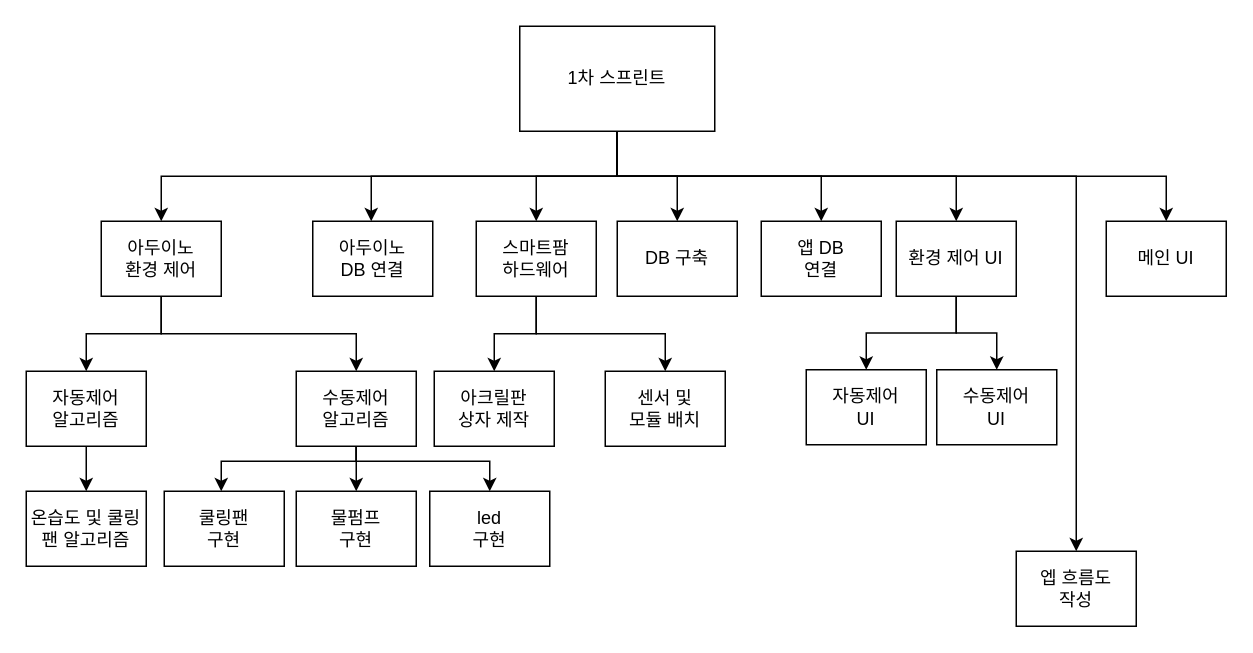
sonmyungwon/Software-Development keeps this draw.io diagram as 3주차/제목 없는 다이어그램.drawio. Above is the earlier version. Source tidied: cells renumbered, new cells numbered last; positions are measured from the earlier drawing's top-left corner, leaving out a move shared by most shapes. Both pictures are drawn from the tidied source at 150%, with x=0, y=0 at pixel (26, 26).
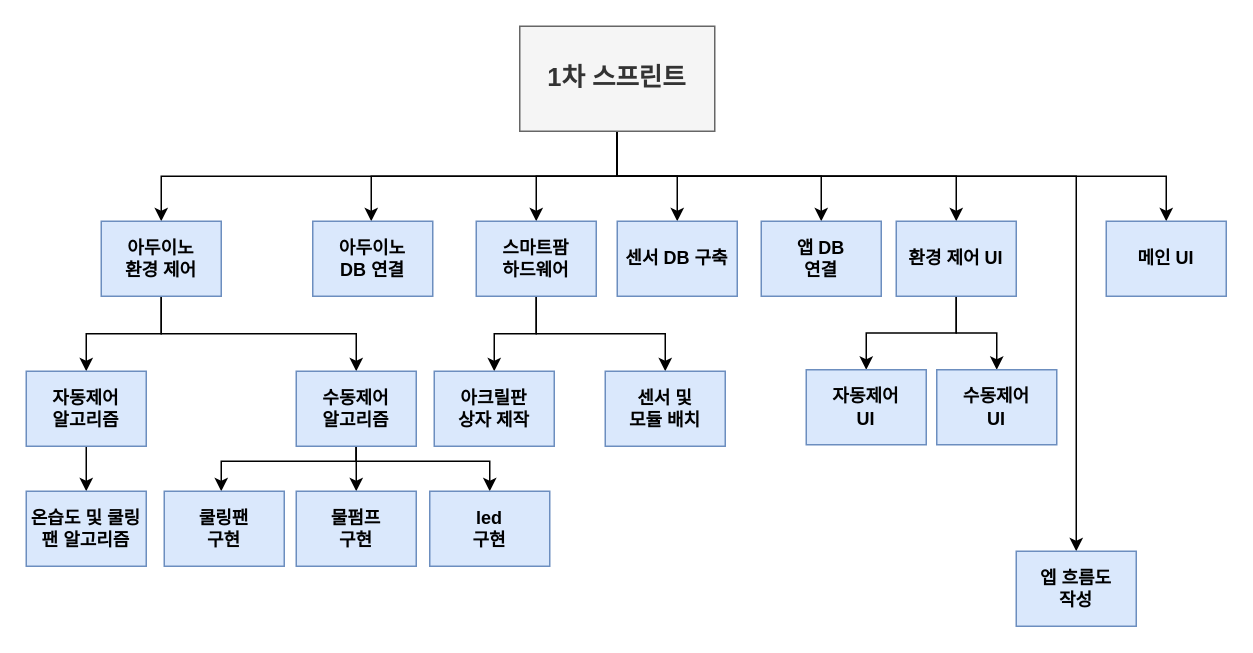
Above is the later version.

Commit message:
제목 없는 다이어그램.drawio 업데이트

Change to the diagram source:
```diff
@@
-    <mxCell id="10" value="1차 스프린트" style="rounded=0;whiteSpace=wrap;html=1;" parent="1" vertex="1">
+    <mxCell id="10" value="1차 스프린트" style="rounded=0;whiteSpace=wrap;html=1;fillColor=#f5f5f5;strokeColor=#666666;fontColor=#333333;fontStyle=1;fontSize=17;" parent="1" vertex="1">
       <mxGeometry x="329" width="130" height="70" as="geometry" />
     </mxCell>
@@
-    <mxCell id="13" value="아두이노&lt;br&gt;환경 제어" style="rounded=0;whiteSpace=wrap;html=1;" parent="1" vertex="1">
+    <mxCell id="13" value="아두이노&lt;br&gt;환경 제어" style="rounded=0;whiteSpace=wrap;html=1;fillColor=#dae8fc;strokeColor=#6c8ebf;fontStyle=1;" parent="1" vertex="1">
       <mxGeometry x="50" y="130" width="80" height="50" as="geometry" />
     </mxCell>
-    <mxCell id="14" value="아두이노&lt;br&gt;DB 연결" style="rounded=0;whiteSpace=wrap;html=1;" parent="1" vertex="1">
+    <mxCell id="14" value="아두이노&lt;br&gt;DB 연결" style="rounded=0;whiteSpace=wrap;html=1;fillColor=#dae8fc;strokeColor=#6c8ebf;fontStyle=1;" parent="1" vertex="1">
       <mxGeometry x="191" y="130" width="80" height="50" as="geometry" />
     </mxCell>
@@
-    <mxCell id="17" value="스마트팜&lt;br&gt;하드웨어" style="rounded=0;whiteSpace=wrap;html=1;" parent="1" vertex="1">
+    <mxCell id="17" value="스마트팜&lt;br&gt;하드웨어" style="rounded=0;whiteSpace=wrap;html=1;fillColor=#dae8fc;strokeColor=#6c8ebf;fontStyle=1;" parent="1" vertex="1">
       <mxGeometry x="300" y="130" width="80" height="50" as="geometry" />
     </mxCell>
@@
-    <mxCell id="20" value="환경 제어 UI" style="rounded=0;whiteSpace=wrap;html=1;" parent="1" vertex="1">
+    <mxCell id="20" value="환경 제어 UI" style="rounded=0;whiteSpace=wrap;html=1;fillColor=#dae8fc;strokeColor=#6c8ebf;fontStyle=1;" parent="1" vertex="1">
       <mxGeometry x="580" y="130" width="80" height="50" as="geometry" />
     </mxCell>
-    <mxCell id="21" value="메인 UI" style="rounded=0;whiteSpace=wrap;html=1;" parent="1" vertex="1">
+    <mxCell id="21" value="메인 UI" style="rounded=0;whiteSpace=wrap;html=1;fillColor=#dae8fc;strokeColor=#6c8ebf;fontStyle=1;" parent="1" vertex="1">
       <mxGeometry x="720" y="130" width="80" height="50" as="geometry" />
     </mxCell>
@@
-    <mxCell id="23" value="자동제어&lt;br&gt;알고리즘" style="rounded=0;whiteSpace=wrap;html=1;" parent="1" vertex="1">
+    <mxCell id="23" value="자동제어&lt;br&gt;알고리즘" style="rounded=0;whiteSpace=wrap;html=1;fillColor=#dae8fc;strokeColor=#6c8ebf;fontStyle=1;" parent="1" vertex="1">
       <mxGeometry y="230" width="80" height="50" as="geometry" />
     </mxCell>
@@
-    <mxCell id="27" value="수동제어&lt;br&gt;알고리즘" style="rounded=0;whiteSpace=wrap;html=1;" parent="1" vertex="1">
+    <mxCell id="27" value="수동제어&lt;br&gt;알고리즘" style="rounded=0;whiteSpace=wrap;html=1;fillColor=#dae8fc;strokeColor=#6c8ebf;fontStyle=1;" parent="1" vertex="1">
       <mxGeometry x="180" y="230" width="80" height="50" as="geometry" />
     </mxCell>
-    <mxCell id="28" value="온습도 및 쿨링팬 알고리즘" style="rounded=0;whiteSpace=wrap;html=1;" parent="1" vertex="1">
+    <mxCell id="28" value="온습도 및 쿨링팬 알고리즘" style="rounded=0;whiteSpace=wrap;html=1;fillColor=#dae8fc;strokeColor=#6c8ebf;fontStyle=1;" parent="1" vertex="1">
       <mxGeometry y="310" width="80" height="50" as="geometry" />
     </mxCell>
-    <mxCell id="29" value="쿨링팬&lt;br&gt;구현" style="rounded=0;whiteSpace=wrap;html=1;" parent="1" vertex="1">
+    <mxCell id="29" value="쿨링팬&lt;br&gt;구현" style="rounded=0;whiteSpace=wrap;html=1;fillColor=#dae8fc;strokeColor=#6c8ebf;fontStyle=1;" parent="1" vertex="1">
       <mxGeometry x="92" y="310" width="80" height="50" as="geometry" />
     </mxCell>
-    <mxCell id="30" value="물펌프&lt;br&gt;구현" style="rounded=0;whiteSpace=wrap;html=1;" parent="1" vertex="1">
+    <mxCell id="30" value="물펌프&lt;br&gt;구현" style="rounded=0;whiteSpace=wrap;html=1;fillColor=#dae8fc;strokeColor=#6c8ebf;fontStyle=1;" parent="1" vertex="1">
       <mxGeometry x="180" y="310" width="80" height="50" as="geometry" />
     </mxCell>
-    <mxCell id="31" value="led&lt;br&gt;구현" style="rounded=0;whiteSpace=wrap;html=1;" parent="1" vertex="1">
+    <mxCell id="31" value="led&lt;br&gt;구현" style="rounded=0;whiteSpace=wrap;html=1;fillColor=#dae8fc;strokeColor=#6c8ebf;fontStyle=1;" parent="1" vertex="1">
       <mxGeometry x="269" y="310" width="80" height="50" as="geometry" />
     </mxCell>
-    <mxCell id="32" value="아크릴판&lt;br&gt;상자 제작" style="rounded=0;whiteSpace=wrap;html=1;" parent="1" vertex="1">
+    <mxCell id="32" value="아크릴판&lt;br&gt;상자 제작" style="rounded=0;whiteSpace=wrap;html=1;fillColor=#dae8fc;strokeColor=#6c8ebf;fontStyle=1;" parent="1" vertex="1">
       <mxGeometry x="272" y="230" width="80" height="50" as="geometry" />
     </mxCell>
-    <mxCell id="33" value="센서 및&lt;br&gt;모듈 배치" style="rounded=0;whiteSpace=wrap;html=1;" parent="1" vertex="1">
+    <mxCell id="33" value="센서 및&lt;br&gt;모듈 배치" style="rounded=0;whiteSpace=wrap;html=1;fillColor=#dae8fc;strokeColor=#6c8ebf;fontStyle=1;" parent="1" vertex="1">
       <mxGeometry x="386" y="230" width="80" height="50" as="geometry" />
     </mxCell>
-    <mxCell id="34" value="DB 구축" style="rounded=0;whiteSpace=wrap;html=1;" parent="1" vertex="1">
+    <mxCell id="34" value="센서 DB 구축" style="rounded=0;whiteSpace=wrap;html=1;fillColor=#dae8fc;strokeColor=#6c8ebf;fontStyle=1;" parent="1" vertex="1">
       <mxGeometry x="394" y="130" width="80" height="50" as="geometry" />
     </mxCell>
-    <mxCell id="35" value="앱 DB&lt;br&gt;연결" style="rounded=0;whiteSpace=wrap;html=1;" parent="1" vertex="1">
+    <mxCell id="35" value="앱 DB&lt;br&gt;연결" style="rounded=0;whiteSpace=wrap;html=1;fillColor=#dae8fc;strokeColor=#6c8ebf;fontStyle=1;" parent="1" vertex="1">
       <mxGeometry x="490" y="130" width="80" height="50" as="geometry" />
     </mxCell>
-    <mxCell id="36" value="자동제어&lt;br&gt;UI" style="rounded=0;whiteSpace=wrap;html=1;" parent="1" vertex="1">
+    <mxCell id="36" value="자동제어&lt;br&gt;UI" style="rounded=0;whiteSpace=wrap;html=1;fillColor=#dae8fc;strokeColor=#6c8ebf;fontStyle=1;" parent="1" vertex="1">
       <mxGeometry x="520" y="229" width="80" height="50" as="geometry" />
     </mxCell>
-    <mxCell id="37" value="수동제어&lt;br&gt;UI" style="rounded=0;whiteSpace=wrap;html=1;" parent="1" vertex="1">
+    <mxCell id="37" value="수동제어&lt;br&gt;UI" style="rounded=0;whiteSpace=wrap;html=1;fillColor=#dae8fc;strokeColor=#6c8ebf;fontStyle=1;" parent="1" vertex="1">
       <mxGeometry x="607" y="229" width="80" height="50" as="geometry" />
     </mxCell>
-    <mxCell id="38" value="엡 흐름도&lt;br&gt;작성" style="rounded=0;whiteSpace=wrap;html=1;" parent="1" vertex="1">
+    <mxCell id="38" value="엡 흐름도&lt;br&gt;작성" style="rounded=0;whiteSpace=wrap;html=1;fillColor=#dae8fc;strokeColor=#6c8ebf;fontStyle=1;" parent="1" vertex="1">
       <mxGeometry x="660" y="350" width="80" height="50" as="geometry" />
     </mxCell>
```
